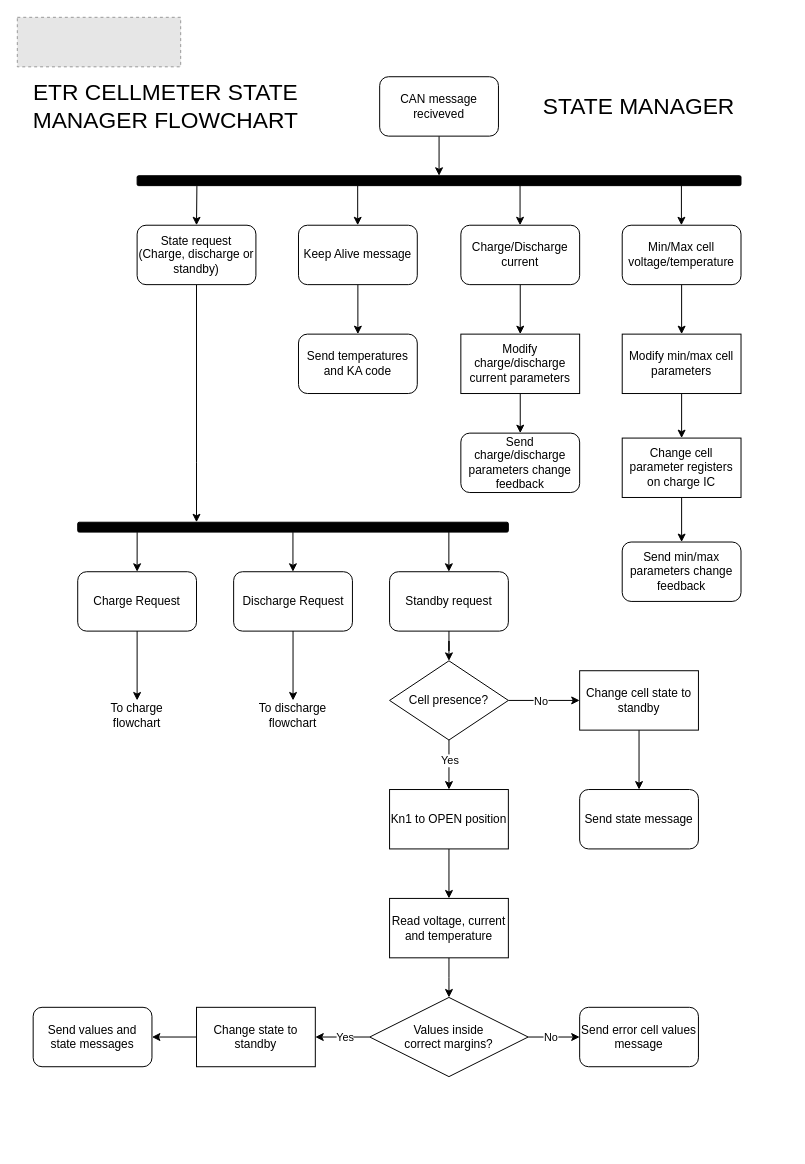
Earlier version of the draw.io diagram page "State Manager" (1 of 3) of SW/1_Design Documents/State_manager_flowchart.drawio (eTechRacing/CAPACIMETER). Source tidied: cells renumbered, new cells numbered last; positions are measured from the earlier drawing's top-left corner, leaving out a move shared by most shapes. Both pictures are drawn from the tidied source at 99%, with x=0, y=0 at pixel (17, 17). Pictures stored in the file or linked from it are replaced by grey dashed boxes.
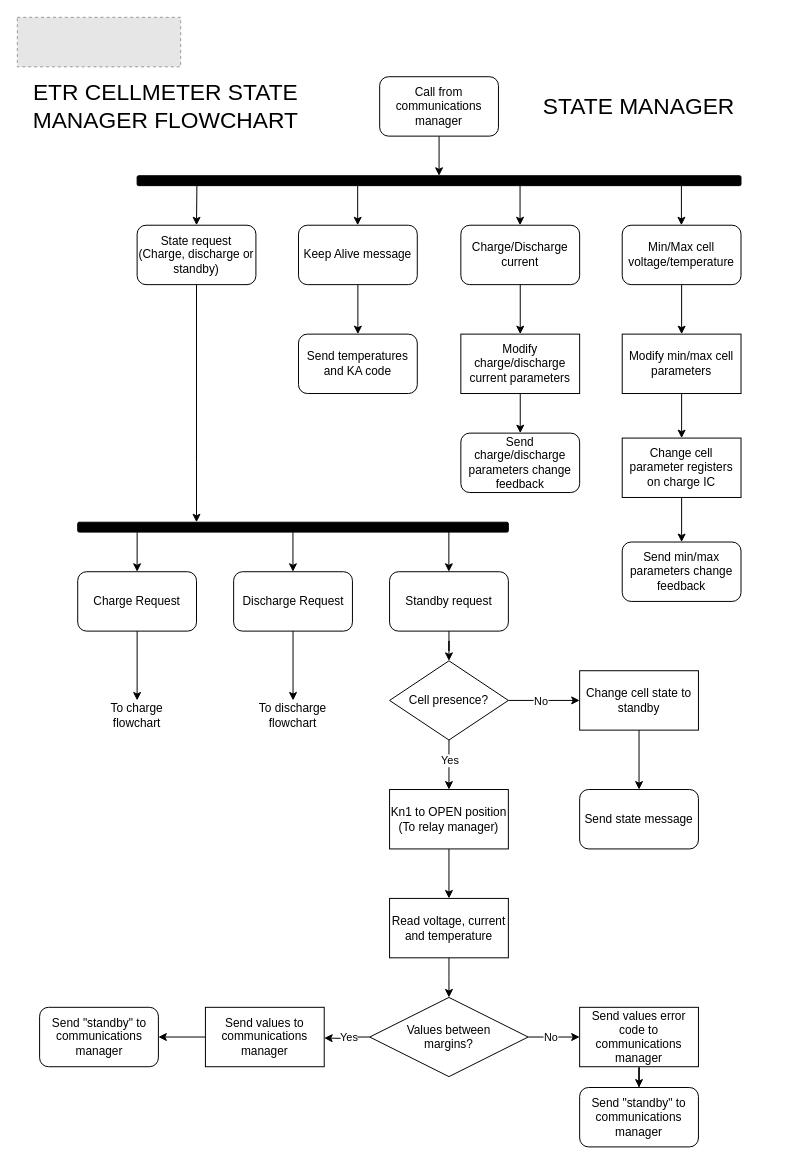
After the change.

Change to the diagram source:
```diff
@@
-    <mxCell id="5" value="CAN message reciveved" style="rounded=1;whiteSpace=wrap;html=1;" parent="1" vertex="1">
+    <mxCell id="5" value="Call from communications manager" style="rounded=1;whiteSpace=wrap;html=1;" parent="1" vertex="1">
       <mxGeometry x="366" y="60" width="120" height="60" as="geometry" />
     </mxCell>
@@
-    <mxCell id="34" value="Kn1 to OPEN position" style="rounded=0;whiteSpace=wrap;html=1;" parent="1" vertex="1">
+    <mxCell id="34" value="Kn1 to OPEN position (To relay manager)" style="rounded=0;whiteSpace=wrap;html=1;" parent="1" vertex="1">
       <mxGeometry x="376" y="780" width="120" height="60" as="geometry" />
     </mxCell>
@@
-    <mxCell id="45" style="edgeStyle=orthogonalEdgeStyle;rounded=0;jettySize=auto;html=1;" parent="1" edge="1" source="49" target="53">
-      <mxGeometry relative="1" as="geometry" />
+    <mxCell id="45" style="edgeStyle=orthogonalEdgeStyle;rounded=0;jettySize=auto;html=1;" parent="1" edge="1" source="49">
+      <mxGeometry relative="1" as="geometry">
+        <mxPoint x="310" y="1031" as="targetPoint" />
+      </mxGeometry>
     </mxCell>
@@
-    <mxCell id="47" style="edgeStyle=orthogonalEdgeStyle;rounded=0;jettySize=auto;html=1;" parent="1" edge="1" source="49" target="51">
-      <mxGeometry relative="1" as="geometry" />
+    <mxCell id="47" style="edgeStyle=orthogonalEdgeStyle;rounded=0;jettySize=auto;html=1;" parent="1" edge="1" source="49">
+      <mxGeometry relative="1" as="geometry">
+        <mxPoint x="568" y="1030" as="targetPoint" />
+      </mxGeometry>
     </mxCell>
@@
-    <mxCell id="49" value="Values inside&lt;div&gt;correct margins?&lt;/div&gt;" style="rhombus;whiteSpace=wrap;html=1;" parent="1" vertex="1">
+    <mxCell id="49" value="Values between&lt;div&gt;&lt;span style=&quot;background-color: initial;&quot;&gt;margins?&lt;/span&gt;&lt;/div&gt;" style="rhombus;whiteSpace=wrap;html=1;" parent="1" vertex="1">
       <mxGeometry x="356" y="990" width="160" height="80" as="geometry" />
     </mxCell>
-    <mxCell id="50" value="Send values and state messages" style="rounded=1;whiteSpace=wrap;html=1;" parent="1" vertex="1">
-      <mxGeometry x="16" y="1000" width="120" height="60" as="geometry" />
-    </mxCell>
-    <mxCell id="51" value="Send error cell values message" style="rounded=1;whiteSpace=wrap;html=1;" parent="1" vertex="1">
-      <mxGeometry x="568" y="1000" width="120" height="60" as="geometry" />
-    </mxCell>
-    <mxCell id="52" style="edgeStyle=orthogonalEdgeStyle;rounded=0;jettySize=auto;html=1;" parent="1" edge="1" source="53" target="50">
-      <mxGeometry relative="1" as="geometry" />
-    </mxCell>
+    <mxCell id="63" style="edgeStyle=orthogonalEdgeStyle;rounded=0;jettySize=auto;html=1;" parent="1" edge="1" source="53" target="67">
+      <mxGeometry relative="1" as="geometry" />
+    </mxCell>
-    <mxCell id="53" value="Change state to standby" style="rounded=0;whiteSpace=wrap;html=1;" parent="1" vertex="1">
-      <mxGeometry x="181" y="1000" width="120" height="60" as="geometry" />
+    <mxCell id="53" value="Send values to communications manager" style="rounded=0;whiteSpace=wrap;html=1;" parent="1" vertex="1">
+      <mxGeometry x="190" y="1000" width="120" height="60" as="geometry" />
     </mxCell>
@@
+    <mxCell id="64" style="edgeStyle=orthogonalEdgeStyle;rounded=0;jettySize=auto;html=1;" parent="1" edge="1" source="65" target="66">
+      <mxGeometry relative="1" as="geometry" />
+    </mxCell>
+    <mxCell id="65" value="Send values error code to communications manager" style="rounded=0;whiteSpace=wrap;html=1;" parent="1" vertex="1">
+      <mxGeometry x="568" y="1000" width="120" height="60" as="geometry" />
+    </mxCell>
+    <mxCell id="66" value="Send &quot;standby&quot; to communications manager" style="rounded=1;whiteSpace=wrap;html=1;" parent="1" vertex="1">
+      <mxGeometry x="568" y="1081" width="120" height="60" as="geometry" />
+    </mxCell>
+    <mxCell id="67" value="Send &quot;standby&quot; to communications manager" style="rounded=1;whiteSpace=wrap;html=1;" parent="1" vertex="1">
+      <mxGeometry x="22.5" y="1000" width="120" height="60" as="geometry" />
+    </mxCell>
```
